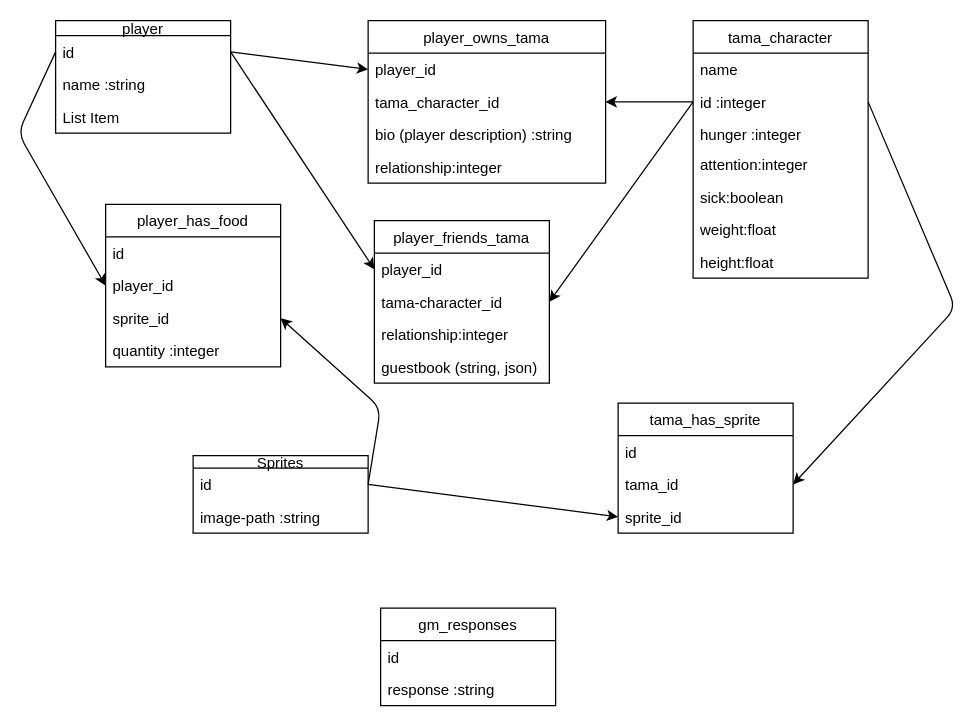
Earlier version of the draw.io diagram project-management/diagrams/erd.drawio (circuitsunfish/tamagotchi). Source tidied: cells renumbered, new cells numbered last; positions are measured from the earlier drawing's top-left corner, leaving out a move shared by most shapes. Both pictures are drawn from the tidied source at 125%, with x=0, y=0 at pixel (18, 20).
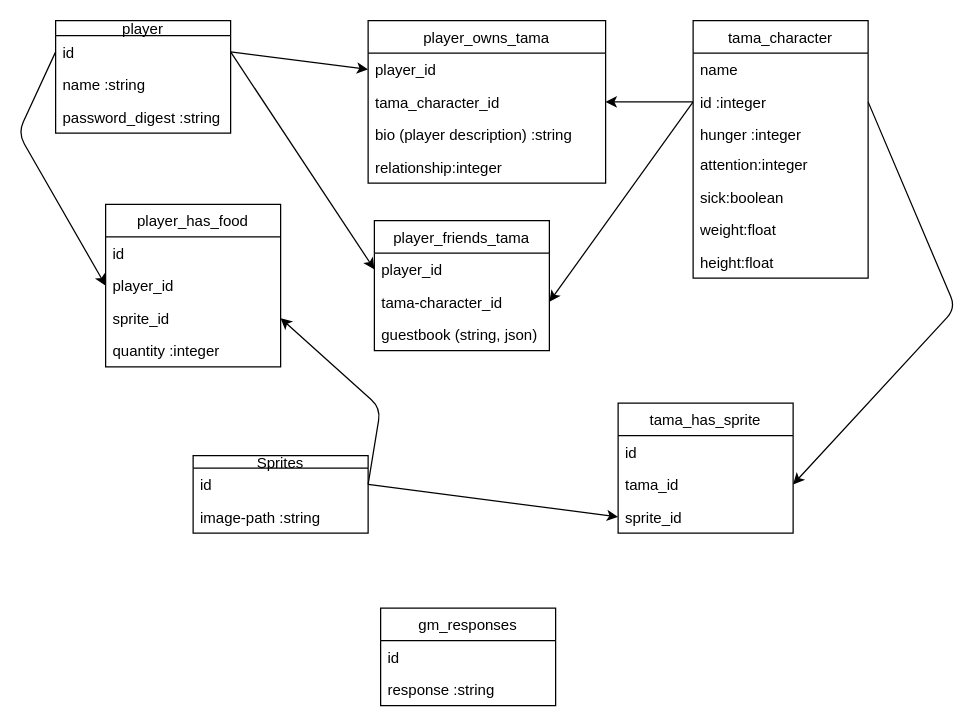
Above is the later version.

The change refers to these unchanged cells:
```xml
<mxCell id="10" value="player" style="swimlane;fontStyle=0;horizontal=1;startSize=12;fillColor=none;" parent="1" vertex="1">
  <mxGeometry x="30" width="140" height="90" as="geometry" />
</mxCell>
```

The edit, as a diff of the source:
```diff
@@
-    <mxCell id="13" value="List Item" style="text;strokeColor=none;fillColor=none;align=left;verticalAlign=top;spacingLeft=4;spacingRight=4;overflow=hidden;" parent="10" vertex="1">
+    <mxCell id="13" value="password_digest :string" style="text;strokeColor=none;fillColor=none;align=left;verticalAlign=top;spacingLeft=4;spacingRight=4;overflow=hidden;" parent="10" vertex="1">
       <mxGeometry y="64" width="140" height="26" as="geometry" />
     </mxCell>
@@
     <mxCell id="19" value="player_friends_tama" style="swimlane;fontStyle=0;horizontal=1;startSize=26;fillColor=none;" parent="1" vertex="1">
-      <mxGeometry x="285" y="160" width="140" height="130" as="geometry" />
+      <mxGeometry x="285" y="160" width="140" height="104" as="geometry" />
     </mxCell>
@@
-    <mxCell id="22" value="relationship:integer" style="text;strokeColor=none;fillColor=none;align=left;verticalAlign=top;spacingLeft=4;spacingRight=4;overflow=hidden;" parent="19" vertex="1">
-      <mxGeometry y="78" width="140" height="26" as="geometry" />
-    </mxCell>
     <mxCell id="23" value="guestbook (string, json)" style="text;strokeColor=none;fillColor=none;align=left;verticalAlign=top;spacingLeft=4;spacingRight=4;overflow=hidden;" parent="19" vertex="1">
-      <mxGeometry y="104" width="140" height="26" as="geometry" />
+      <mxGeometry y="78" width="140" height="26" as="geometry" />
     </mxCell>
```
